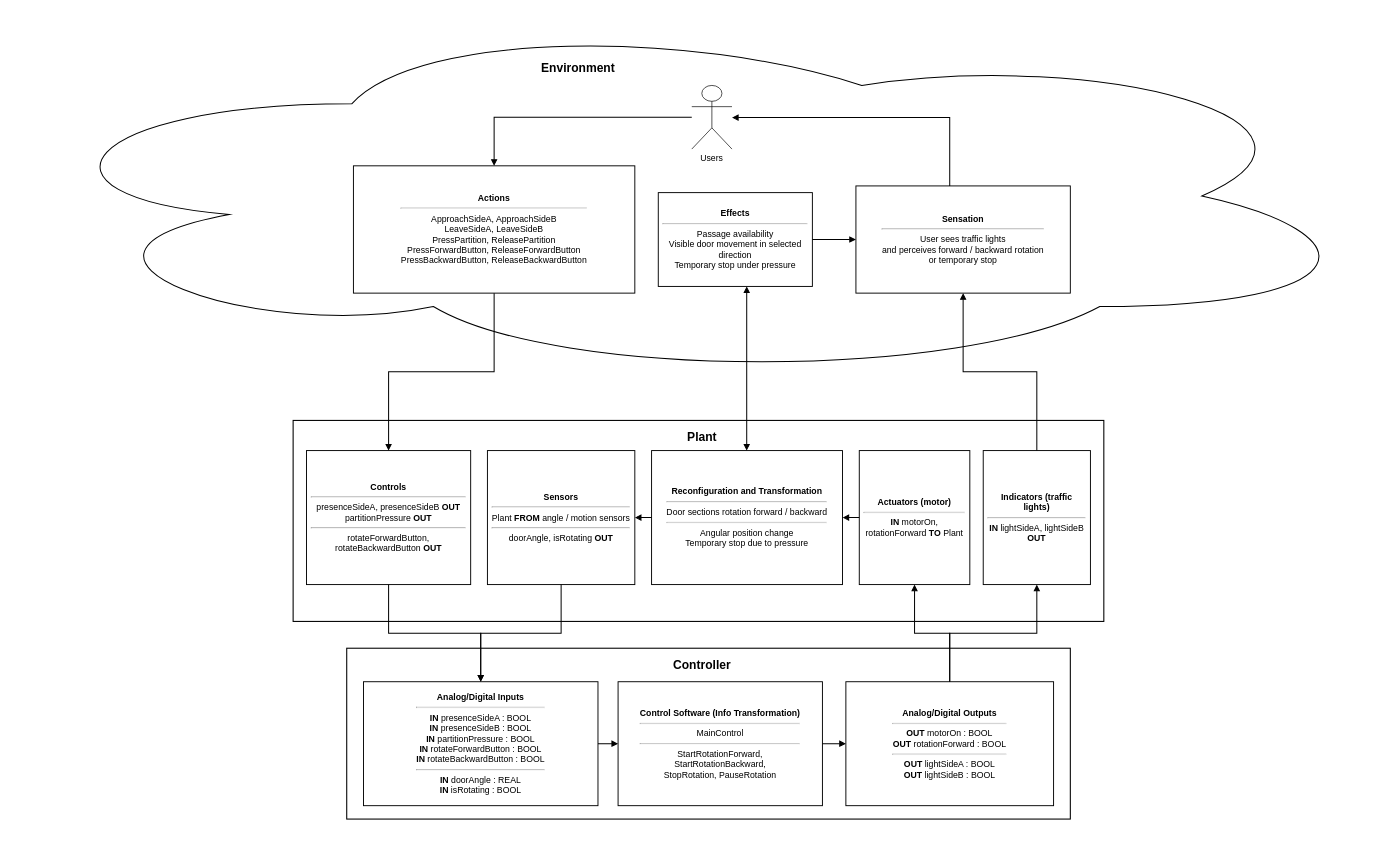
This is RevolvingDoor_CyberPhysical.drawio from SkivHisink/AutomationBullShit, a draw.io file, before an edit. Source tidied: cells renumbered, new cells numbered last; positions are measured from the earlier drawing's top-left corner, leaving out a move shared by most shapes. Both pictures are drawn from the tidied source at 67%, with x=0, y=0 at pixel (11, 11).
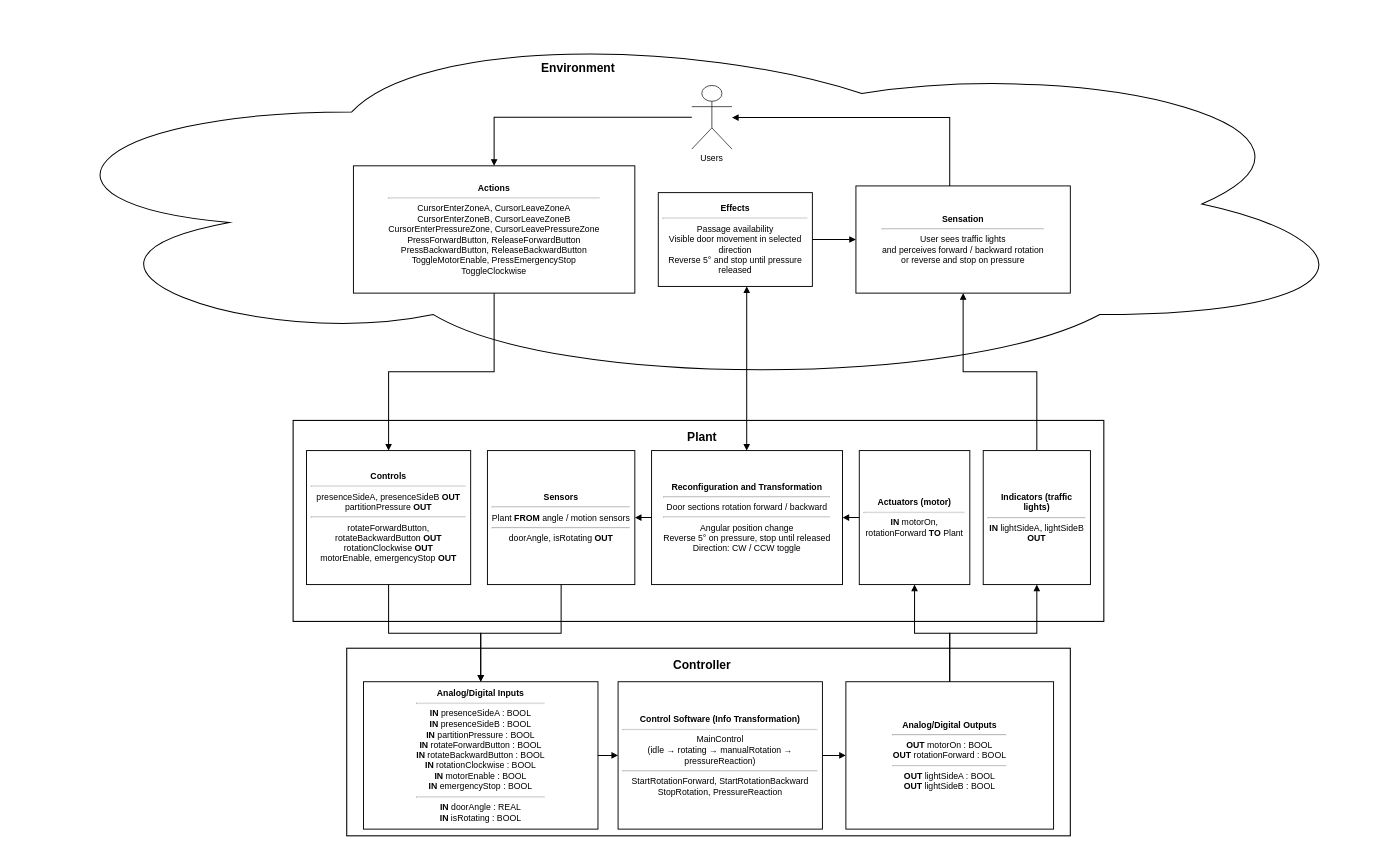
The same page after the edit.

Diff of the diagram source:
```diff
@@
     <mxCell id="2" style="shape=cloud;whiteSpace=wrap;html=1;fillColor=#ffffff;strokeColor=#000000;strokeWidth=1.5;" parent="1" vertex="1">
-      <mxGeometry width="2030" height="550" as="geometry" />
+      <mxGeometry y="12" width="2030" height="550" as="geometry" />
     </mxCell>
@@
-    <mxCell id="5" value="&lt;b&gt;Actions&lt;/b&gt;&lt;hr&gt;ApproachSideA, ApproachSideB&lt;br&gt;LeaveSideA, LeaveSideB&lt;br&gt;PressPartition, ReleasePartition&lt;br&gt;PressForwardButton, ReleaseForwardButton&lt;br&gt;PressBackwardButton, ReleaseBackwardButton" style="rounded=0;whiteSpace=wrap;html=1;fillColor=#ffffff;strokeColor=#000000;strokeWidth=1.4;fontSize=13;align=center;verticalAlign=middle;spacing=8;" parent="1" vertex="1">
+    <mxCell id="5" value="&lt;b&gt;Actions&lt;/b&gt;&lt;hr&gt;CursorEnterZoneA, CursorLeaveZoneA&lt;br&gt;CursorEnterZoneB, CursorLeaveZoneB&lt;br&gt;CursorEnterPressureZone, CursorLeavePressureZone&lt;br&gt;PressForwardButton, ReleaseForwardButton&lt;br&gt;PressBackwardButton, ReleaseBackwardButton&lt;br&gt;ToggleMotorEnable, PressEmergencyStop&lt;br&gt;ToggleClockwise" style="rounded=0;whiteSpace=wrap;html=1;fillColor=#ffffff;strokeColor=#000000;strokeWidth=1.4;fontSize=13;align=center;verticalAlign=middle;spacing=8;" parent="1" vertex="1">
       <mxGeometry x="510" y="230" width="420" height="190" as="geometry" />
     </mxCell>
-    <mxCell id="6" value="&lt;b&gt;Effects&lt;/b&gt;&lt;hr&gt;Passage availability&lt;br&gt;Visible door movement in selected direction&lt;br&gt;Temporary stop under pressure" style="rounded=0;whiteSpace=wrap;html=1;fillColor=#ffffff;strokeColor=#000000;strokeWidth=1.4;fontSize=13;align=center;verticalAlign=middle;spacing=8;" parent="1" vertex="1">
+    <mxCell id="6" value="&lt;b&gt;Effects&lt;/b&gt;&lt;hr&gt;Passage availability&lt;br&gt;Visible door movement in selected direction&lt;br&gt;Reverse 5° and stop until pressure released" style="rounded=0;whiteSpace=wrap;html=1;fillColor=#ffffff;strokeColor=#000000;strokeWidth=1.4;fontSize=13;align=center;verticalAlign=middle;spacing=8;" parent="1" vertex="1">
       <mxGeometry x="965" y="270" width="230" height="140" as="geometry" />
     </mxCell>
-    <mxCell id="7" value="&lt;b&gt;Sensation&lt;/b&gt;&lt;hr&gt;User sees traffic lights&lt;br&gt;and perceives forward / backward rotation&lt;br&gt;or temporary stop" style="rounded=0;whiteSpace=wrap;html=1;fillColor=#ffffff;strokeColor=#000000;strokeWidth=1.4;fontSize=13;align=center;verticalAlign=middle;spacing=8;" parent="1" vertex="1">
+    <mxCell id="7" value="&lt;b&gt;Sensation&lt;/b&gt;&lt;hr&gt;User sees traffic lights&lt;br&gt;and perceives forward / backward rotation&lt;br&gt;or reverse and stop on pressure" style="rounded=0;whiteSpace=wrap;html=1;fillColor=#ffffff;strokeColor=#000000;strokeWidth=1.4;fontSize=13;align=center;verticalAlign=middle;spacing=8;" parent="1" vertex="1">
       <mxGeometry x="1260" y="260" width="320" height="160" as="geometry" />
     </mxCell>
@@
-    <mxCell id="10" value="&lt;b&gt;Controls&lt;/b&gt;&lt;hr&gt;presenceSideA, presenceSideB &lt;b&gt;OUT&lt;/b&gt;&lt;br&gt;partitionPressure &lt;b&gt;OUT&lt;/b&gt;&lt;hr&gt;rotateForwardButton, rotateBackwardButton &lt;b&gt;OUT&lt;/b&gt;" style="rounded=0;whiteSpace=wrap;html=1;fillColor=#ffffff;strokeColor=#000000;strokeWidth=1.4;fontSize=13;align=center;verticalAlign=middle;spacing=8;" parent="1" vertex="1">
+    <mxCell id="10" value="&lt;b&gt;Controls&lt;/b&gt;&lt;hr&gt;presenceSideA, presenceSideB &lt;b&gt;OUT&lt;/b&gt;&lt;br&gt;partitionPressure &lt;b&gt;OUT&lt;/b&gt;&lt;hr&gt;rotateForwardButton, rotateBackwardButton &lt;b&gt;OUT&lt;/b&gt;&lt;br&gt;rotationClockwise &lt;b&gt;OUT&lt;/b&gt;&lt;br&gt;motorEnable, emergencyStop &lt;b&gt;OUT&lt;/b&gt;" style="rounded=0;whiteSpace=wrap;html=1;fillColor=#ffffff;strokeColor=#000000;strokeWidth=1.4;fontSize=13;align=center;verticalAlign=middle;spacing=8;" parent="1" vertex="1">
       <mxGeometry x="440" y="655" width="245" height="200" as="geometry" />
     </mxCell>
@@
-    <mxCell id="12" value="&lt;b&gt;Reconfiguration and Transformation&lt;/b&gt;&lt;hr&gt;Door sections rotation forward / backward&lt;hr&gt;Angular position change&lt;br&gt;Temporary stop due to pressure" style="rounded=0;whiteSpace=wrap;html=1;fillColor=#ffffff;strokeColor=#000000;strokeWidth=1.4;fontSize=13;align=center;verticalAlign=middle;spacing=8;" parent="1" vertex="1">
+    <mxCell id="12" value="&lt;b&gt;Reconfiguration and Transformation&lt;/b&gt;&lt;hr&gt;Door sections rotation forward / backward&lt;hr&gt;Angular position change&lt;br&gt;Reverse 5° on pressure, stop until released&lt;br&gt;Direction: CW / CCW toggle" style="rounded=0;whiteSpace=wrap;html=1;fillColor=#ffffff;strokeColor=#000000;strokeWidth=1.4;fontSize=13;align=center;verticalAlign=middle;spacing=8;" parent="1" vertex="1">
       <mxGeometry x="955" y="655" width="285" height="200" as="geometry" />
     </mxCell>
@@
     <mxCell id="15" style="rounded=0;whiteSpace=wrap;html=1;fillColor=#ffffff;strokeColor=#000000;strokeWidth=1.6;" parent="1" vertex="1">
-      <mxGeometry x="500" y="950" width="1080" height="255" as="geometry" />
+      <mxGeometry x="500" y="950" width="1080" height="280" as="geometry" />
     </mxCell>
@@
-    <mxCell id="17" value="&lt;b&gt;Analog/Digital Inputs&lt;/b&gt;&lt;hr&gt;&lt;b&gt;IN&lt;/b&gt; presenceSideA : BOOL&lt;br&gt;&lt;b&gt;IN&lt;/b&gt; presenceSideB : BOOL&lt;br&gt;&lt;b&gt;IN&lt;/b&gt; partitionPressure : BOOL&lt;br&gt;&lt;b&gt;IN&lt;/b&gt; rotateForwardButton : BOOL&lt;br&gt;&lt;b&gt;IN&lt;/b&gt; rotateBackwardButton : BOOL&lt;hr&gt;&lt;b&gt;IN&lt;/b&gt; doorAngle : REAL&lt;br&gt;&lt;b&gt;IN&lt;/b&gt; isRotating : BOOL" style="rounded=0;whiteSpace=wrap;html=1;fillColor=#ffffff;strokeColor=#000000;strokeWidth=1.4;fontSize=13;align=center;verticalAlign=middle;spacing=8;" parent="1" vertex="1">
-      <mxGeometry x="525" y="1000" width="350" height="185" as="geometry" />
+    <mxCell id="17" value="&lt;b&gt;Analog/Digital Inputs&lt;/b&gt;&lt;hr&gt;&lt;b&gt;IN&lt;/b&gt; presenceSideA : BOOL&lt;br&gt;&lt;b&gt;IN&lt;/b&gt; presenceSideB : BOOL&lt;br&gt;&lt;b&gt;IN&lt;/b&gt; partitionPressure : BOOL&lt;br&gt;&lt;b&gt;IN&lt;/b&gt; rotateForwardButton : BOOL&lt;br&gt;&lt;b&gt;IN&lt;/b&gt; rotateBackwardButton : BOOL&lt;br&gt;&lt;b&gt;IN&lt;/b&gt; rotationClockwise : BOOL&lt;br&gt;&lt;b&gt;IN&lt;/b&gt; motorEnable : BOOL&lt;br&gt;&lt;b&gt;IN&lt;/b&gt; emergencyStop : BOOL&lt;hr&gt;&lt;b&gt;IN&lt;/b&gt; doorAngle : REAL&lt;br&gt;&lt;b&gt;IN&lt;/b&gt; isRotating : BOOL" style="rounded=0;whiteSpace=wrap;html=1;fillColor=#ffffff;strokeColor=#000000;strokeWidth=1.4;fontSize=13;align=center;verticalAlign=middle;spacing=8;" parent="1" vertex="1">
+      <mxGeometry x="525" y="1000" width="350" height="220" as="geometry" />
     </mxCell>
-    <mxCell id="18" value="&lt;b&gt;Control Software (Info Transformation)&lt;/b&gt;&lt;hr&gt;MainControl&lt;hr&gt;StartRotationForward,&lt;br&gt;StartRotationBackward,&lt;br&gt;StopRotation, PauseRotation" style="rounded=0;whiteSpace=wrap;html=1;fillColor=#ffffff;strokeColor=#000000;strokeWidth=1.4;fontSize=13;align=center;verticalAlign=middle;spacing=8;" parent="1" vertex="1">
-      <mxGeometry x="905" y="1000" width="305" height="185" as="geometry" />
+    <mxCell id="18" value="&lt;b&gt;Control Software (Info Transformation)&lt;/b&gt;&lt;hr&gt;MainControl&lt;br&gt;(idle → rotating → manualRotation → pressureReaction)&lt;hr&gt;StartRotationForward, StartRotationBackward&lt;br&gt;StopRotation, PressureReaction" style="rounded=0;whiteSpace=wrap;html=1;fillColor=#ffffff;strokeColor=#000000;strokeWidth=1.4;fontSize=13;align=center;verticalAlign=middle;spacing=8;" parent="1" vertex="1">
+      <mxGeometry x="905" y="1000" width="305" height="220" as="geometry" />
     </mxCell>
     <mxCell id="19" value="&lt;b&gt;Analog/Digital Outputs&lt;/b&gt;&lt;hr&gt;&lt;b&gt;OUT&lt;/b&gt; motorOn : BOOL&lt;br&gt;&lt;b&gt;OUT&lt;/b&gt; rotationForward : BOOL&lt;hr&gt;&lt;b&gt;OUT&lt;/b&gt; lightSideA : BOOL&lt;br&gt;&lt;b&gt;OUT&lt;/b&gt; lightSideB : BOOL" style="rounded=0;whiteSpace=wrap;html=1;fillColor=#ffffff;strokeColor=#000000;strokeWidth=1.4;fontSize=13;align=center;verticalAlign=middle;spacing=8;" parent="1" vertex="1">
-      <mxGeometry x="1245" y="1000" width="310" height="185" as="geometry" />
+      <mxGeometry x="1245" y="1000" width="310" height="220" as="geometry" />
     </mxCell>
```
